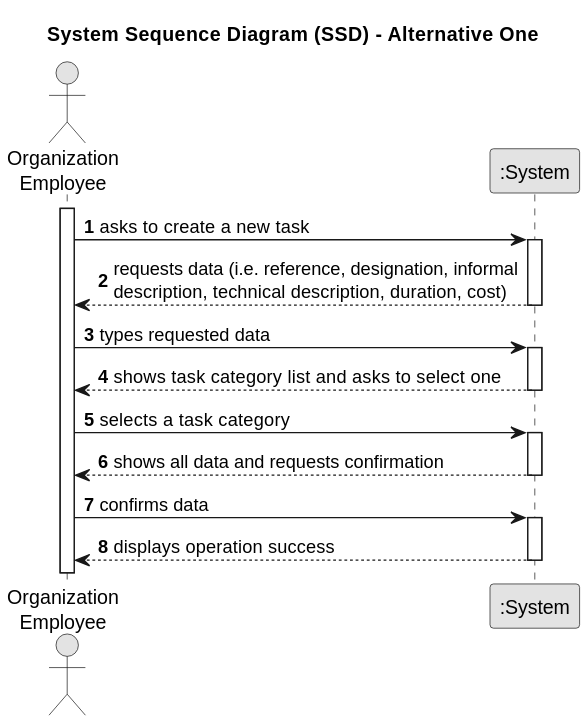
Above: docs/sprintA/us004/01.requirements-engineering/svg/us006-system-sequence-diagram-alternative-one.svg in Departamento-de-Engenharia-Informatica/lei-24-s2-1dkl-g134 (PlantUML), before the change. Source of this version:
```plantuml
@startuml
skinparam monochrome true
skinparam packageStyle rectangle
skinparam shadowing false

title System Sequence Diagram (SSD) - Alternative One

autonumber

actor "Organization\nEmployee" as Employee
participant ":System" as System

activate Employee

    Employee -> System : asks to create a new task
    activate System

        System --> Employee : requests data (i.e. reference, designation, informal\ndescription, technical description, duration, cost)
    deactivate System

    Employee -> System : types requested data
    activate System

        System --> Employee : shows task category list and asks to select one
    deactivate System

    Employee -> System : selects a task category
    activate System

        System --> Employee : shows all data and requests confirmation
    deactivate System

    Employee -> System : confirms data
    activate System

        System --> Employee : displays operation success
    deactivate System
@enduml
```
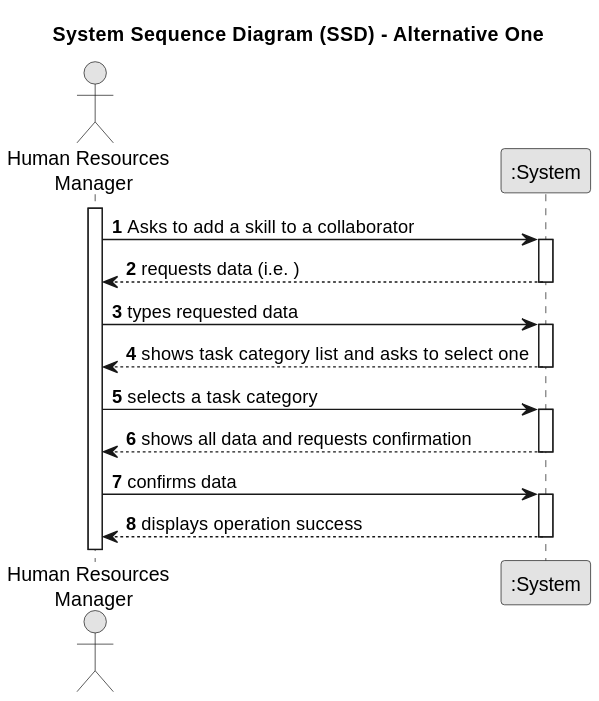
After the change.

What changed in the source:
```diff
@@ -7,15 +7,15 @@
 
 autonumber
 
-actor "Organization\nEmployee" as Employee
+actor "Human Resources \n Manager" as Employee
 participant ":System" as System
 
 activate Employee
 
-    Employee -> System : asks to create a new task
+    Employee -> System : Asks to add a skill to a collaborator
     activate System
 
-        System --> Employee : requests data (i.e. reference, designation, informal\ndescription, technical description, duration, cost)
+        System --> Employee : requests data (i.e. )
     deactivate System
 
     Employee -> System : types requested data
```
